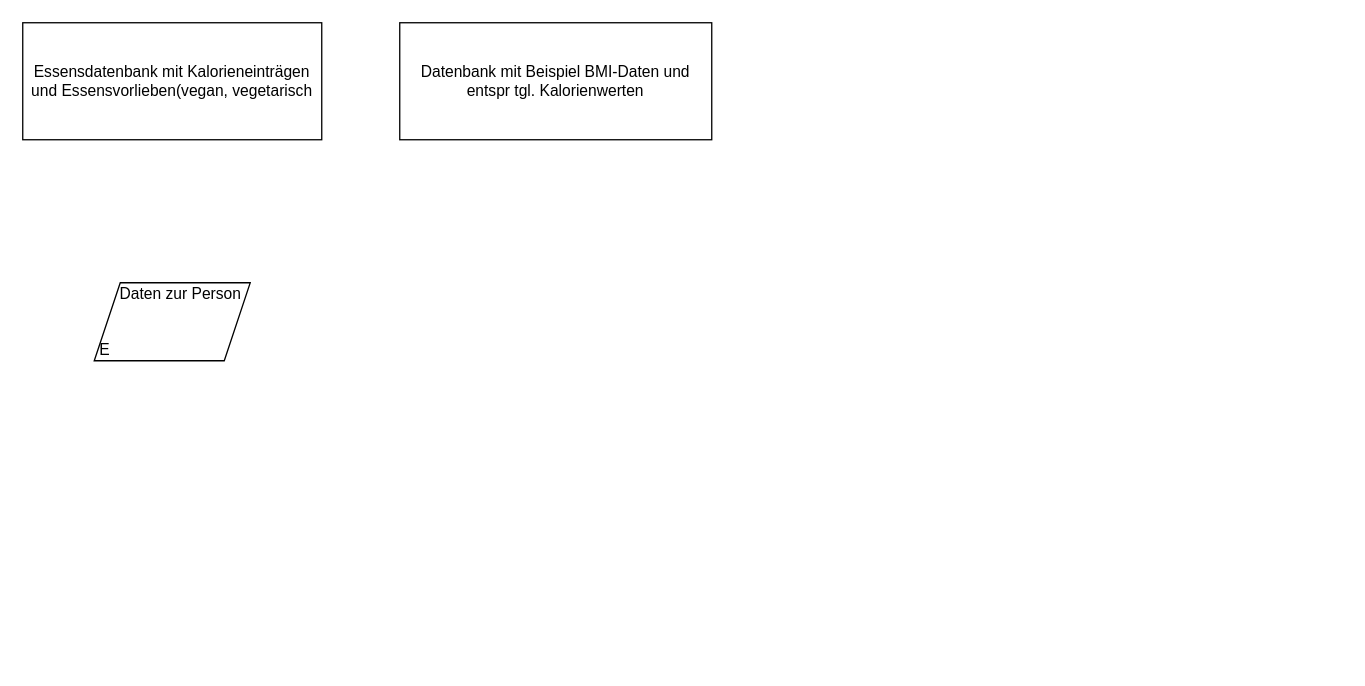
Earlier version of the draw.io diagram Untitled Diagram.drawio (fisi-pr/BMI_cal). Source tidied: cells renumbered, new cells numbered last; positions are measured from the earlier drawing's top-left corner, leaving out a move shared by most shapes. Both pictures are drawn from the tidied source at 130%, with x=0, y=0 at pixel (22, 22).
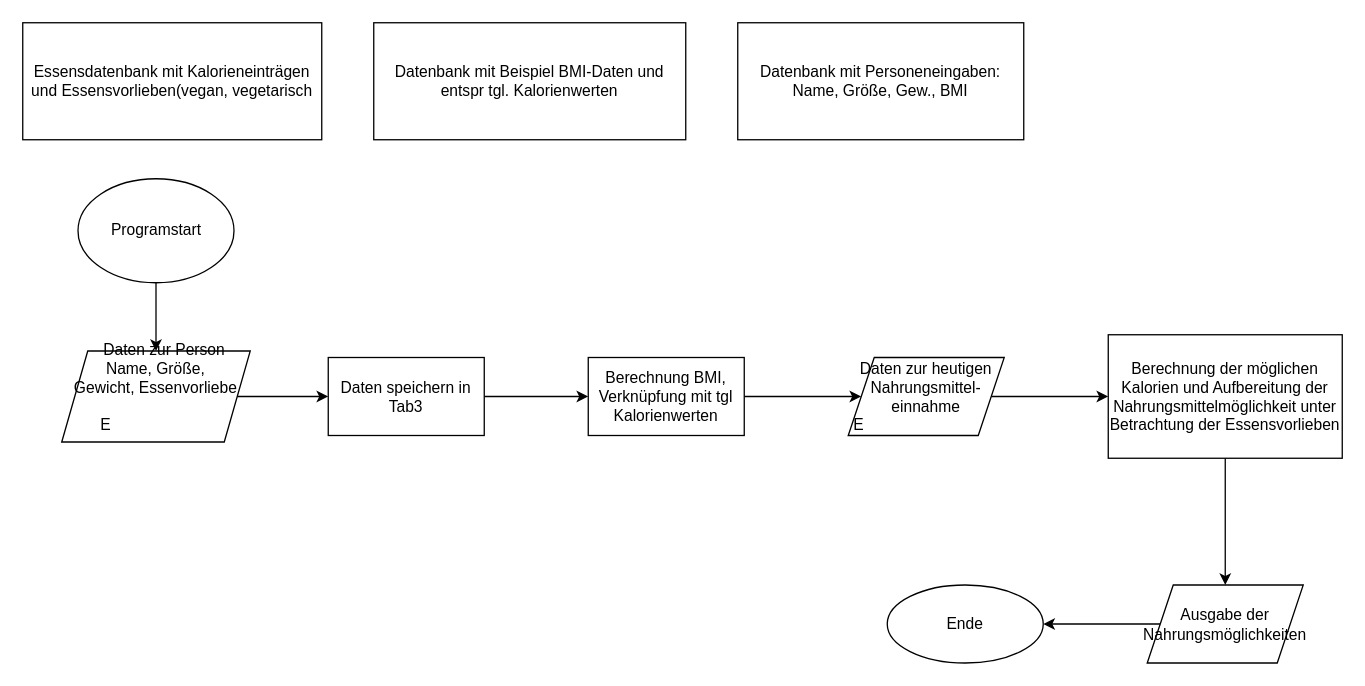
After the change.

Change to the diagram source:
```diff
@@
 <mxGraphModel>
   <root>
     <mxCell id="0" />
     <mxCell id="1" parent="0" />
     <mxCell id="2" value="Essensdatenbank mit Kalorieneinträgen und Essensvorlieben(vegan, vegetarisch" style="rounded=0;whiteSpace=wrap;html=1;" parent="1" vertex="1">
       <mxGeometry width="230" height="90" as="geometry" />
     </mxCell>
     <mxCell id="3" value="Datenbank mit Beispiel BMI-Daten und entspr tgl. Kalorienwerten" style="rounded=0;whiteSpace=wrap;html=1;fontSize=12;" parent="1" vertex="1">
-      <mxGeometry x="290" width="240" height="90" as="geometry" />
+      <mxGeometry x="270" width="240" height="90" as="geometry" />
     </mxCell>
+    <mxCell id="5" style="edgeStyle=orthogonalEdgeStyle;rounded=0;jettySize=auto;html=1;" parent="1" edge="1" source="4" target="8">
+      <mxGeometry relative="1" as="geometry" />
+    </mxCell>
-    <mxCell id="4" value="&lt;div&gt;&amp;nbsp;&amp;nbsp;&amp;nbsp; Daten zur Person&lt;/div&gt;&lt;div&gt;&lt;br&gt;&lt;/div&gt;&lt;div&gt;&lt;br&gt;&lt;/div&gt;&lt;div&gt;E&amp;nbsp;&amp;nbsp;&amp;nbsp;&amp;nbsp;&amp;nbsp;&amp;nbsp;&amp;nbsp;&amp;nbsp;&amp;nbsp;&amp;nbsp;&amp;nbsp;&amp;nbsp;&amp;nbsp;&amp;nbsp;&amp;nbsp;&amp;nbsp;&amp;nbsp;&amp;nbsp;&amp;nbsp;&amp;nbsp;&amp;nbsp;&amp;nbsp;&amp;nbsp;&amp;nbsp;&amp;nbsp;&amp;nbsp;&amp;nbsp;&amp;nbsp;&amp;nbsp;&amp;nbsp;&amp;nbsp; &lt;br&gt;&lt;/div&gt;" style="shape=parallelogram;perimeter=parallelogramPerimeter;whiteSpace=wrap;html=1;fixedSize=1;fontSize=12;" parent="1" vertex="1">
-      <mxGeometry x="55" y="200" width="120" height="60" as="geometry" />
+    <mxCell id="4" value="&lt;div&gt;&amp;nbsp;&amp;nbsp;&amp;nbsp; Daten zur Person&lt;/div&gt;&lt;div&gt;Name, Größe,&lt;/div&gt;&lt;div&gt;Gewicht, Essenvorliebe&lt;/div&gt;&lt;div&gt;&lt;br&gt;&lt;/div&gt;&lt;div&gt;E&amp;nbsp;&amp;nbsp;&amp;nbsp;&amp;nbsp; &amp;nbsp; &amp;nbsp; &amp;nbsp; &amp;nbsp;&amp;nbsp;&amp;nbsp;&amp;nbsp;&amp;nbsp; &amp;nbsp; &amp;nbsp; &amp;nbsp;&amp;nbsp; &amp;nbsp;&amp;nbsp;&amp;nbsp;&amp;nbsp;&amp;nbsp;&amp;nbsp;&amp;nbsp;&amp;nbsp;&amp;nbsp;&amp;nbsp;&amp;nbsp;&amp;nbsp;&amp;nbsp;&amp;nbsp;&amp;nbsp;&amp;nbsp;&amp;nbsp; &lt;br&gt;&lt;/div&gt;" style="shape=parallelogram;perimeter=parallelogramPerimeter;whiteSpace=wrap;html=1;fixedSize=1;fontSize=12;" parent="1" vertex="1">
+      <mxGeometry x="30" y="252.5" width="145" height="70" as="geometry" />
     </mxCell>
+    <mxCell id="6" value="&lt;div&gt;Datenbank mit Personeneingaben:&lt;/div&gt;&lt;div&gt;Name, Größe, Gew., BMI&lt;br&gt;&lt;/div&gt;" style="rounded=0;whiteSpace=wrap;html=1;" parent="1" vertex="1">
+      <mxGeometry x="550" width="220" height="90" as="geometry" />
+    </mxCell>
+    <mxCell id="7" style="edgeStyle=orthogonalEdgeStyle;rounded=0;jettySize=auto;html=1;" parent="1" edge="1" source="8" target="10">
+      <mxGeometry relative="1" as="geometry" />
+    </mxCell>
+    <mxCell id="8" value="Daten speichern in Tab3" style="rounded=0;whiteSpace=wrap;html=1;" parent="1" vertex="1">
+      <mxGeometry x="235" y="257.5" width="120" height="60" as="geometry" />
+    </mxCell>
+    <mxCell id="9" style="edgeStyle=orthogonalEdgeStyle;rounded=0;jettySize=auto;html=1;" parent="1" edge="1" source="10" target="12">
+      <mxGeometry relative="1" as="geometry" />
+    </mxCell>
+    <mxCell id="10" value="Berechnung BMI, Verknüpfung mit tgl Kalorienwerten" style="whiteSpace=wrap;html=1;rounded=0;" parent="1" vertex="1">
+      <mxGeometry x="435" y="257.5" width="120" height="60" as="geometry" />
+    </mxCell>
+    <mxCell id="11" style="edgeStyle=orthogonalEdgeStyle;rounded=0;jettySize=auto;html=1;" parent="1" edge="1" source="12" target="14">
+      <mxGeometry relative="1" as="geometry" />
+    </mxCell>
+    <mxCell id="12" value="&lt;div&gt;Daten zur heutigen Nahrungsmittel-einnahme&lt;/div&gt;&lt;div&gt;E&amp;nbsp;&amp;nbsp;&amp;nbsp;&amp;nbsp;&amp;nbsp;&amp;nbsp;&amp;nbsp;&amp;nbsp;&amp;nbsp;&amp;nbsp;&amp;nbsp;&amp;nbsp;&amp;nbsp;&amp;nbsp;&amp;nbsp;&amp;nbsp;&amp;nbsp;&amp;nbsp;&amp;nbsp;&amp;nbsp;&amp;nbsp;&amp;nbsp;&amp;nbsp;&amp;nbsp;&amp;nbsp;&amp;nbsp;&amp;nbsp;&amp;nbsp;&amp;nbsp;&amp;nbsp;&amp;nbsp; &lt;br&gt;&lt;/div&gt;" style="shape=parallelogram;perimeter=parallelogramPerimeter;whiteSpace=wrap;html=1;fixedSize=1;rounded=0;" parent="1" vertex="1">
+      <mxGeometry x="635" y="257.5" width="120" height="60" as="geometry" />
+    </mxCell>
+    <mxCell id="13" style="edgeStyle=orthogonalEdgeStyle;rounded=0;jettySize=auto;html=1;" parent="1" edge="1" source="14" target="16">
+      <mxGeometry relative="1" as="geometry" />
+    </mxCell>
+    <mxCell id="14" value="Berechnung der möglichen Kalorien und Aufbereitung der Nahrungsmittelmöglichkeit unter Betrachtung der Essensvorlieben" style="whiteSpace=wrap;html=1;rounded=0;" parent="1" vertex="1">
+      <mxGeometry x="835" y="240" width="180" height="95" as="geometry" />
+    </mxCell>
+    <mxCell id="15" style="edgeStyle=orthogonalEdgeStyle;rounded=0;jettySize=auto;html=1;" parent="1" edge="1" source="16" target="19">
+      <mxGeometry relative="1" as="geometry" />
+    </mxCell>
+    <mxCell id="16" value="Ausgabe der Nahrungsmöglichkeiten" style="shape=parallelogram;perimeter=parallelogramPerimeter;whiteSpace=wrap;html=1;fixedSize=1;rounded=0;" parent="1" vertex="1">
+      <mxGeometry x="865" y="432.5" width="120" height="60" as="geometry" />
+    </mxCell>
+    <mxCell id="17" style="edgeStyle=orthogonalEdgeStyle;rounded=0;jettySize=auto;html=1;" parent="1" edge="1" source="18" target="4">
+      <mxGeometry relative="1" as="geometry" />
+    </mxCell>
+    <mxCell id="18" value="Programstart" style="ellipse;whiteSpace=wrap;html=1;" parent="1" vertex="1">
+      <mxGeometry x="42.5" y="120" width="120" height="80" as="geometry" />
+    </mxCell>
+    <mxCell id="19" value="Ende" style="ellipse;whiteSpace=wrap;html=1;rounded=0;" parent="1" vertex="1">
+      <mxGeometry x="665" y="432.5" width="120" height="60" as="geometry" />
+    </mxCell>
   </root>
 </mxGraphModel>
```
